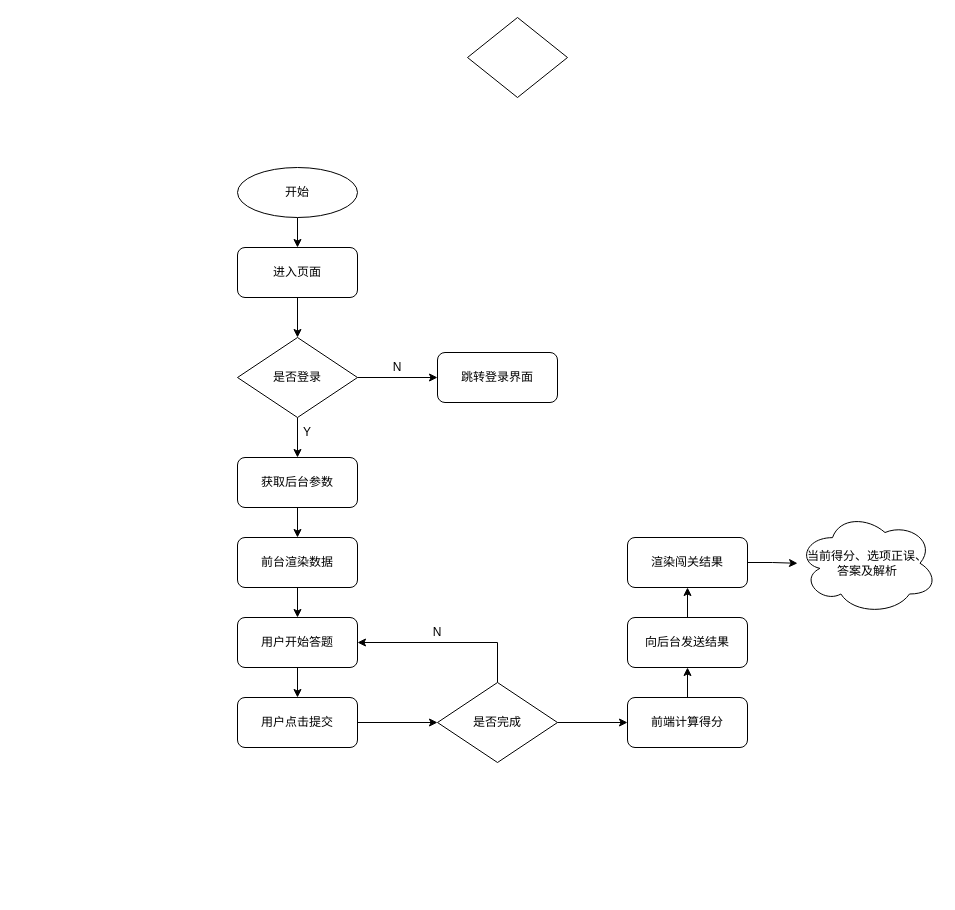
The draw.io diagram page "闯关流程图" (7 of 7) of 毕业设计/毕业设计.drawio in bosombaby/draw-store, before the edit. Source tidied: cells renumbered, new cells numbered last; positions are measured from the earlier drawing's top-left corner, leaving out a move shared by most shapes. Both pictures are drawn from the tidied source at 100%, with x=0, y=0 at pixel (237, 17).
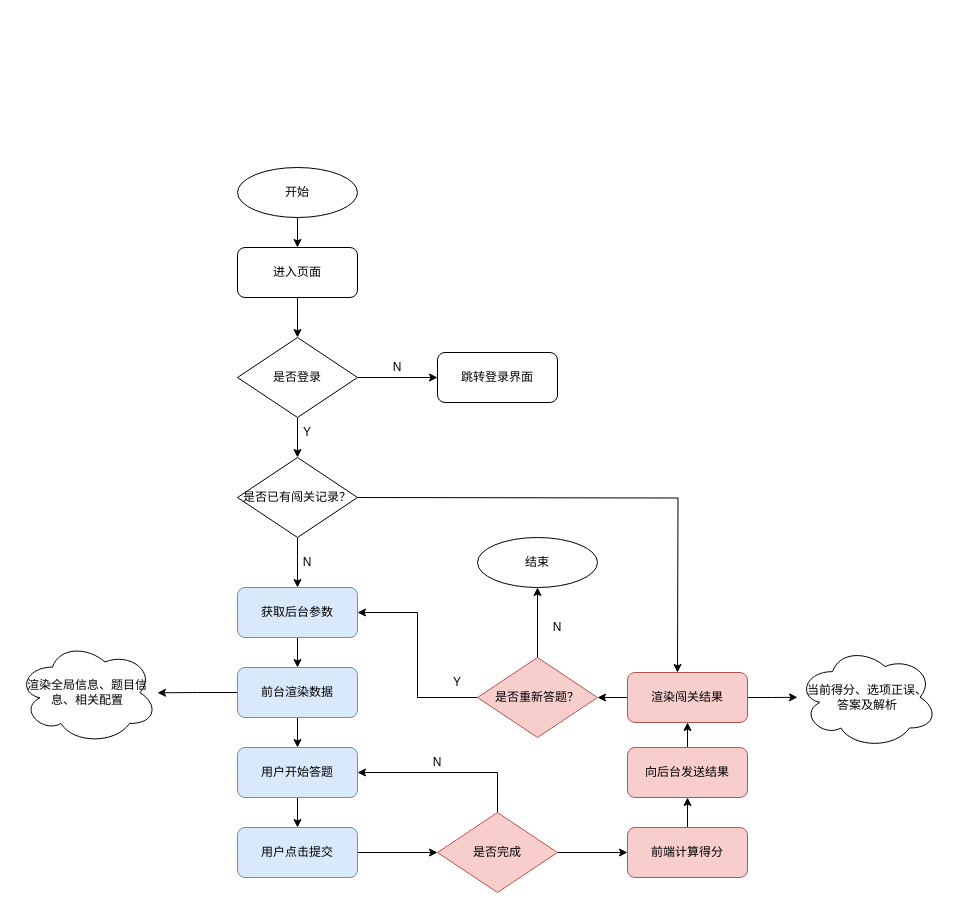
The same page after the edit.

Commit message:
更新毕业设计.drawio

Unchanged cells that the change refers to:
```xml
<mxCell id="9" value="是否登录" style="rhombus;whiteSpace=wrap;html=1;" parent="1" vertex="1">
  <mxGeometry y="320" width="120" height="80" as="geometry" />
</mxCell>
```

Diff of the diagram source:
```diff
@@
-    <mxCell id="6" style="rhombus;whiteSpace=wrap;html=1;" parent="1" vertex="1">
-      <mxGeometry x="230" width="100" height="80" as="geometry" />
-    </mxCell>
@@
-    <mxCell id="8" style="edgeStyle=orthogonalEdgeStyle;rounded=0;jettySize=auto;html=1;exitX=0.5;exitY=1;exitDx=0;exitDy=0;" parent="1" edge="1" source="9" target="13">
-      <mxGeometry relative="1" as="geometry" />
-    </mxCell>
+    <mxCell id="32" style="edgeStyle=orthogonalEdgeStyle;rounded=0;jettySize=auto;html=1;exitX=0.5;exitY=1;exitDx=0;exitDy=0;entryX=0.5;entryY=0;entryDx=0;entryDy=0;" parent="1" edge="1" source="9" target="38">
+      <mxGeometry relative="1" as="geometry" />
+    </mxCell>
@@
-    <mxCell id="13" value="获取后台参数" style="rounded=1;whiteSpace=wrap;html=1;" parent="1" vertex="1">
-      <mxGeometry y="440" width="120" height="50" as="geometry" />
+    <mxCell id="13" value="获取后台参数" style="rounded=1;whiteSpace=wrap;html=1;fillColor=#dae8fc;strokeColor=#6c8ebf;" parent="1" vertex="1">
+      <mxGeometry y="570" width="120" height="50" as="geometry" />
     </mxCell>
@@
+    <mxCell id="33" style="edgeStyle=orthogonalEdgeStyle;rounded=0;jettySize=auto;html=1;exitX=0;exitY=0.5;exitDx=0;exitDy=0;" parent="1" edge="1" source="16" target="35">
+      <mxGeometry relative="1" as="geometry" />
+    </mxCell>
-    <mxCell id="16" value="前台渲染数据" style="rounded=1;whiteSpace=wrap;html=1;" parent="1" vertex="1">
-      <mxGeometry y="520" width="120" height="50" as="geometry" />
+    <mxCell id="16" value="前台渲染数据" style="rounded=1;whiteSpace=wrap;html=1;fillColor=#dae8fc;strokeColor=#6c8ebf;" parent="1" vertex="1">
+      <mxGeometry y="650" width="120" height="50" as="geometry" />
     </mxCell>
@@
-    <mxCell id="18" value="用户开始答题" style="rounded=1;whiteSpace=wrap;html=1;" parent="1" vertex="1">
-      <mxGeometry y="600" width="120" height="50" as="geometry" />
+    <mxCell id="18" value="用户开始答题" style="rounded=1;whiteSpace=wrap;html=1;fillColor=#dae8fc;strokeColor=#6c8ebf;" parent="1" vertex="1">
+      <mxGeometry y="730" width="120" height="50" as="geometry" />
     </mxCell>
@@
-    <mxCell id="21" value="是否完成" style="rhombus;whiteSpace=wrap;html=1;" parent="1" vertex="1">
-      <mxGeometry x="200" y="665" width="120" height="80" as="geometry" />
+    <mxCell id="21" value="是否完成" style="rhombus;whiteSpace=wrap;html=1;fillColor=#f8cecc;strokeColor=#b85450;" parent="1" vertex="1">
+      <mxGeometry x="200" y="795" width="120" height="80" as="geometry" />
     </mxCell>
@@
-    <mxCell id="23" value="用户点击提交" style="rounded=1;whiteSpace=wrap;html=1;" parent="1" vertex="1">
-      <mxGeometry y="680" width="120" height="50" as="geometry" />
+    <mxCell id="23" value="用户点击提交" style="rounded=1;whiteSpace=wrap;html=1;fillColor=#dae8fc;strokeColor=#6c8ebf;" parent="1" vertex="1">
+      <mxGeometry y="810" width="120" height="50" as="geometry" />
     </mxCell>
     <mxCell id="24" value="N" style="text;html=1;align=center;verticalAlign=middle;whiteSpace=wrap;rounded=0;" parent="1" vertex="1">
-      <mxGeometry x="170" y="600" width="60" height="30" as="geometry" />
+      <mxGeometry x="170" y="730" width="60" height="30" as="geometry" />
     </mxCell>
@@
-    <mxCell id="26" value="前端计算得分" style="rounded=1;whiteSpace=wrap;html=1;" parent="1" vertex="1">
-      <mxGeometry x="390" y="680" width="120" height="50" as="geometry" />
+    <mxCell id="26" value="前端计算得分" style="rounded=1;whiteSpace=wrap;html=1;fillColor=#f8cecc;strokeColor=#b85450;" parent="1" vertex="1">
+      <mxGeometry x="390" y="810" width="120" height="50" as="geometry" />
     </mxCell>
@@
-    <mxCell id="28" value="向后台发送结果" style="rounded=1;whiteSpace=wrap;html=1;" parent="1" vertex="1">
-      <mxGeometry x="390" y="600" width="120" height="50" as="geometry" />
+    <mxCell id="28" value="向后台发送结果" style="rounded=1;whiteSpace=wrap;html=1;fillColor=#f8cecc;strokeColor=#b85450;" parent="1" vertex="1">
+      <mxGeometry x="390" y="730" width="120" height="50" as="geometry" />
     </mxCell>
@@
+    <mxCell id="34" style="edgeStyle=orthogonalEdgeStyle;rounded=0;jettySize=auto;html=1;exitX=0;exitY=0.5;exitDx=0;exitDy=0;" parent="1" edge="1" source="30" target="42">
+      <mxGeometry relative="1" as="geometry" />
+    </mxCell>
-    <mxCell id="30" value="渲染闯关结果" style="rounded=1;whiteSpace=wrap;html=1;" parent="1" vertex="1">
-      <mxGeometry x="390" y="520" width="120" height="50" as="geometry" />
+    <mxCell id="30" value="渲染闯关结果" style="rounded=1;whiteSpace=wrap;html=1;fillColor=#f8cecc;strokeColor=#b85450;" parent="1" vertex="1">
+      <mxGeometry x="390" y="655" width="120" height="50" as="geometry" />
     </mxCell>
     <mxCell id="31" value="&lt;font style=&quot;font-size: 12px;&quot;&gt;当前得分、选项正误、答案及解析&lt;/font&gt;" style="ellipse;shape=cloud;whiteSpace=wrap;html=1;labelPosition=center;verticalLabelPosition=middle;align=center;verticalAlign=middle;spacingLeft=7;spacingRight=7;" parent="1" vertex="1">
-      <mxGeometry x="560" y="494.5" width="140" height="102.5" as="geometry" />
+      <mxGeometry x="560" y="628.5" width="140" height="102.5" as="geometry" />
     </mxCell>
+    <mxCell id="35" value="渲染全局信息、题目信息、相关配置" style="ellipse;shape=cloud;whiteSpace=wrap;html=1;labelPosition=center;verticalLabelPosition=middle;align=center;verticalAlign=middle;spacingLeft=7;spacingRight=7;" parent="1" vertex="1">
+      <mxGeometry x="-220" y="624" width="140" height="102.5" as="geometry" />
+    </mxCell>
+    <mxCell id="36" style="edgeStyle=orthogonalEdgeStyle;rounded=0;jettySize=auto;html=1;exitX=0.5;exitY=1;exitDx=0;exitDy=0;" parent="1" edge="1" source="38" target="13">
+      <mxGeometry relative="1" as="geometry" />
+    </mxCell>
+    <mxCell id="37" style="edgeStyle=orthogonalEdgeStyle;rounded=0;orthogonalLoop=1;jettySize=auto;html=1;exitX=1;exitY=0.5;exitDx=0;exitDy=0;" parent="1" edge="1">
+      <mxGeometry relative="1" as="geometry">
+        <mxPoint x="110" y="480" as="sourcePoint" />
+        <mxPoint x="440" y="655" as="targetPoint" />
+      </mxGeometry>
+    </mxCell>
+    <mxCell id="38" value="是否已有闯关记录？" style="rhombus;whiteSpace=wrap;html=1;" parent="1" vertex="1">
+      <mxGeometry y="440" width="120" height="80" as="geometry" />
+    </mxCell>
+    <mxCell id="39" value="N" style="text;html=1;align=center;verticalAlign=middle;whiteSpace=wrap;rounded=0;" parent="1" vertex="1">
+      <mxGeometry x="40" y="530" width="60" height="30" as="geometry" />
+    </mxCell>
+    <mxCell id="40" style="edgeStyle=orthogonalEdgeStyle;rounded=0;jettySize=auto;html=1;exitX=0;exitY=0.5;exitDx=0;exitDy=0;entryX=1;entryY=0.5;entryDx=0;entryDy=0;" parent="1" edge="1" source="42" target="13">
+      <mxGeometry relative="1" as="geometry" />
+    </mxCell>
+    <mxCell id="41" style="edgeStyle=orthogonalEdgeStyle;rounded=0;jettySize=auto;html=1;exitX=0.5;exitY=0;exitDx=0;exitDy=0;entryX=0.5;entryY=1;entryDx=0;entryDy=0;" parent="1" edge="1" source="42" target="44">
+      <mxGeometry relative="1" as="geometry" />
+    </mxCell>
+    <mxCell id="42" value="是否重新答题？" style="rhombus;whiteSpace=wrap;html=1;fillColor=#f8cecc;strokeColor=#b85450;" parent="1" vertex="1">
+      <mxGeometry x="240" y="640" width="120" height="80" as="geometry" />
+    </mxCell>
+    <mxCell id="43" value="Y" style="text;html=1;align=center;verticalAlign=middle;whiteSpace=wrap;rounded=0;" parent="1" vertex="1">
+      <mxGeometry x="190" y="650" width="60" height="30" as="geometry" />
+    </mxCell>
+    <mxCell id="44" value="结束" style="ellipse;whiteSpace=wrap;html=1;" parent="1" vertex="1">
+      <mxGeometry x="240" y="520" width="120" height="50" as="geometry" />
+    </mxCell>
+    <mxCell id="45" value="N" style="text;html=1;align=center;verticalAlign=middle;whiteSpace=wrap;rounded=0;" parent="1" vertex="1">
+      <mxGeometry x="290" y="594.5" width="60" height="30" as="geometry" />
+    </mxCell>
```
